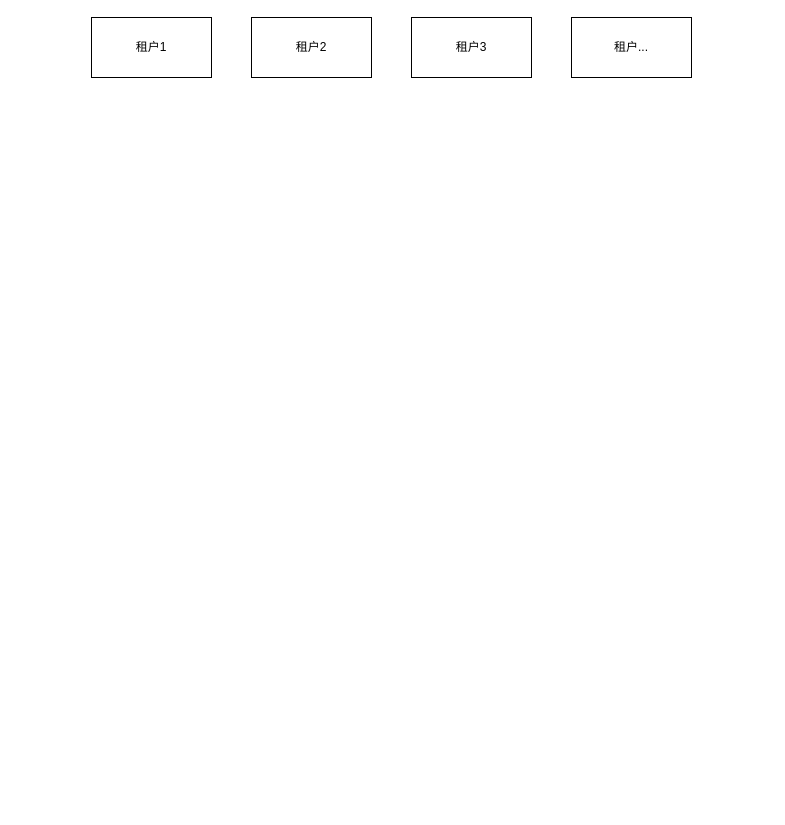
catface996/images keeps this draw.io diagram as 流量管理解决saas租户隔离.drawio. Above is the earlier version. Source tidied: cells renumbered, new cells numbered last; positions are measured from the earlier drawing's top-left corner, leaving out a move shared by most shapes. Both pictures are drawn from the tidied source at 100%, with x=0, y=0 at pixel (91, 17).
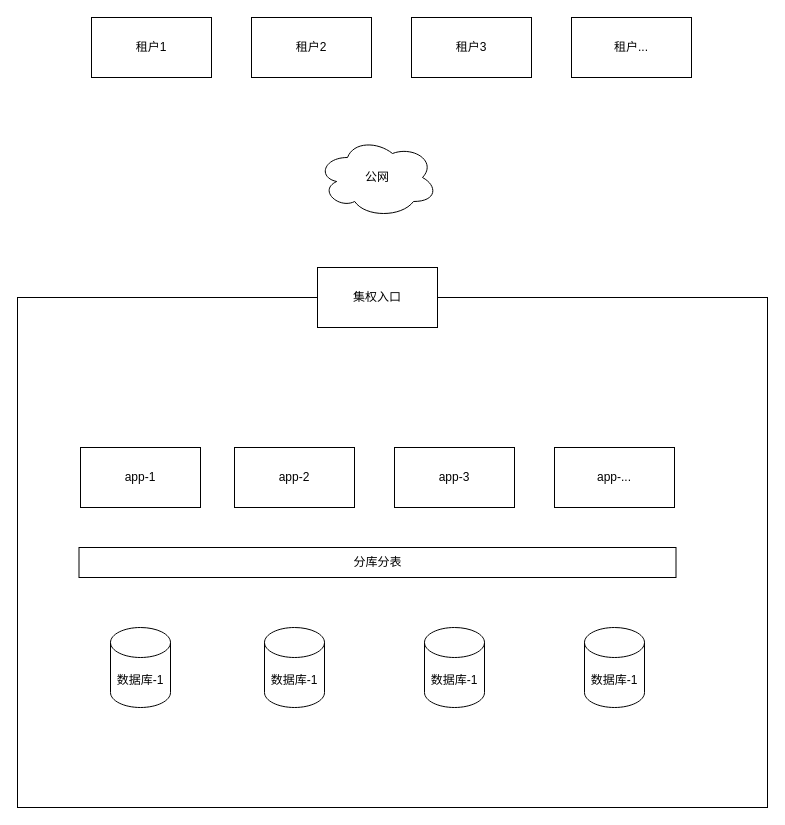
The same diagram, later.

Commit message (it also covers changes not shown here):
更新流量管理解决saas租户隔离.drawio

The edit, as a diff of the source:
```diff
@@
 <mxGraphModel>
   <root>
     <mxCell id="0" />
     <mxCell id="1" parent="0" />
     <mxCell id="2" value="租户1" style="rounded=0;whiteSpace=wrap;html=1;" parent="1" vertex="1">
       <mxGeometry width="120" height="60" as="geometry" />
     </mxCell>
     <mxCell id="3" value="租户2" style="rounded=0;whiteSpace=wrap;html=1;" parent="1" vertex="1">
       <mxGeometry x="160" width="120" height="60" as="geometry" />
     </mxCell>
     <mxCell id="4" value="租户3" style="rounded=0;whiteSpace=wrap;html=1;" parent="1" vertex="1">
       <mxGeometry x="320" width="120" height="60" as="geometry" />
     </mxCell>
     <mxCell id="5" value="租户..." style="rounded=0;whiteSpace=wrap;html=1;" parent="1" vertex="1">
       <mxGeometry x="480" width="120" height="60" as="geometry" />
     </mxCell>
+    <mxCell id="6" value="公网" style="ellipse;shape=cloud;whiteSpace=wrap;html=1;" parent="1" vertex="1">
+      <mxGeometry x="226" y="120" width="120" height="80" as="geometry" />
+    </mxCell>
+    <mxCell id="7" style="rounded=0;whiteSpace=wrap;html=1;" parent="1" vertex="1">
+      <mxGeometry x="-74" y="280" width="750" height="510" as="geometry" />
+    </mxCell>
+    <mxCell id="8" value="集权入口" style="rounded=0;whiteSpace=wrap;html=1;" parent="1" vertex="1">
+      <mxGeometry x="226" y="250" width="120" height="60" as="geometry" />
+    </mxCell>
+    <mxCell id="9" value="app-1" style="rounded=0;whiteSpace=wrap;html=1;" parent="1" vertex="1">
+      <mxGeometry x="-11" y="430" width="120" height="60" as="geometry" />
+    </mxCell>
+    <mxCell id="10" value="app-2" style="rounded=0;whiteSpace=wrap;html=1;" parent="1" vertex="1">
+      <mxGeometry x="143" y="430" width="120" height="60" as="geometry" />
+    </mxCell>
+    <mxCell id="11" value="app-3" style="rounded=0;whiteSpace=wrap;html=1;" parent="1" vertex="1">
+      <mxGeometry x="303" y="430" width="120" height="60" as="geometry" />
+    </mxCell>
+    <mxCell id="12" value="app-..." style="rounded=0;whiteSpace=wrap;html=1;" parent="1" vertex="1">
+      <mxGeometry x="463" y="430" width="120" height="60" as="geometry" />
+    </mxCell>
+    <mxCell id="13" value="数据库-1" style="shape=cylinder3;whiteSpace=wrap;html=1;boundedLbl=1;backgroundOutline=1;size=15;" parent="1" vertex="1">
+      <mxGeometry x="19" y="610" width="60" height="80" as="geometry" />
+    </mxCell>
+    <mxCell id="14" value="数据库-1" style="shape=cylinder3;whiteSpace=wrap;html=1;boundedLbl=1;backgroundOutline=1;size=15;" parent="1" vertex="1">
+      <mxGeometry x="173" y="610" width="60" height="80" as="geometry" />
+    </mxCell>
+    <mxCell id="15" value="数据库-1" style="shape=cylinder3;whiteSpace=wrap;html=1;boundedLbl=1;backgroundOutline=1;size=15;" parent="1" vertex="1">
+      <mxGeometry x="333" y="610" width="60" height="80" as="geometry" />
+    </mxCell>
+    <mxCell id="16" value="数据库-1" style="shape=cylinder3;whiteSpace=wrap;html=1;boundedLbl=1;backgroundOutline=1;size=15;" parent="1" vertex="1">
+      <mxGeometry x="493" y="610" width="60" height="80" as="geometry" />
+    </mxCell>
+    <mxCell id="17" value="分库分表" style="rounded=0;whiteSpace=wrap;html=1;" parent="1" vertex="1">
+      <mxGeometry x="-12.5" y="530" width="597" height="30" as="geometry" />
+    </mxCell>
   </root>
 </mxGraphModel>
```
